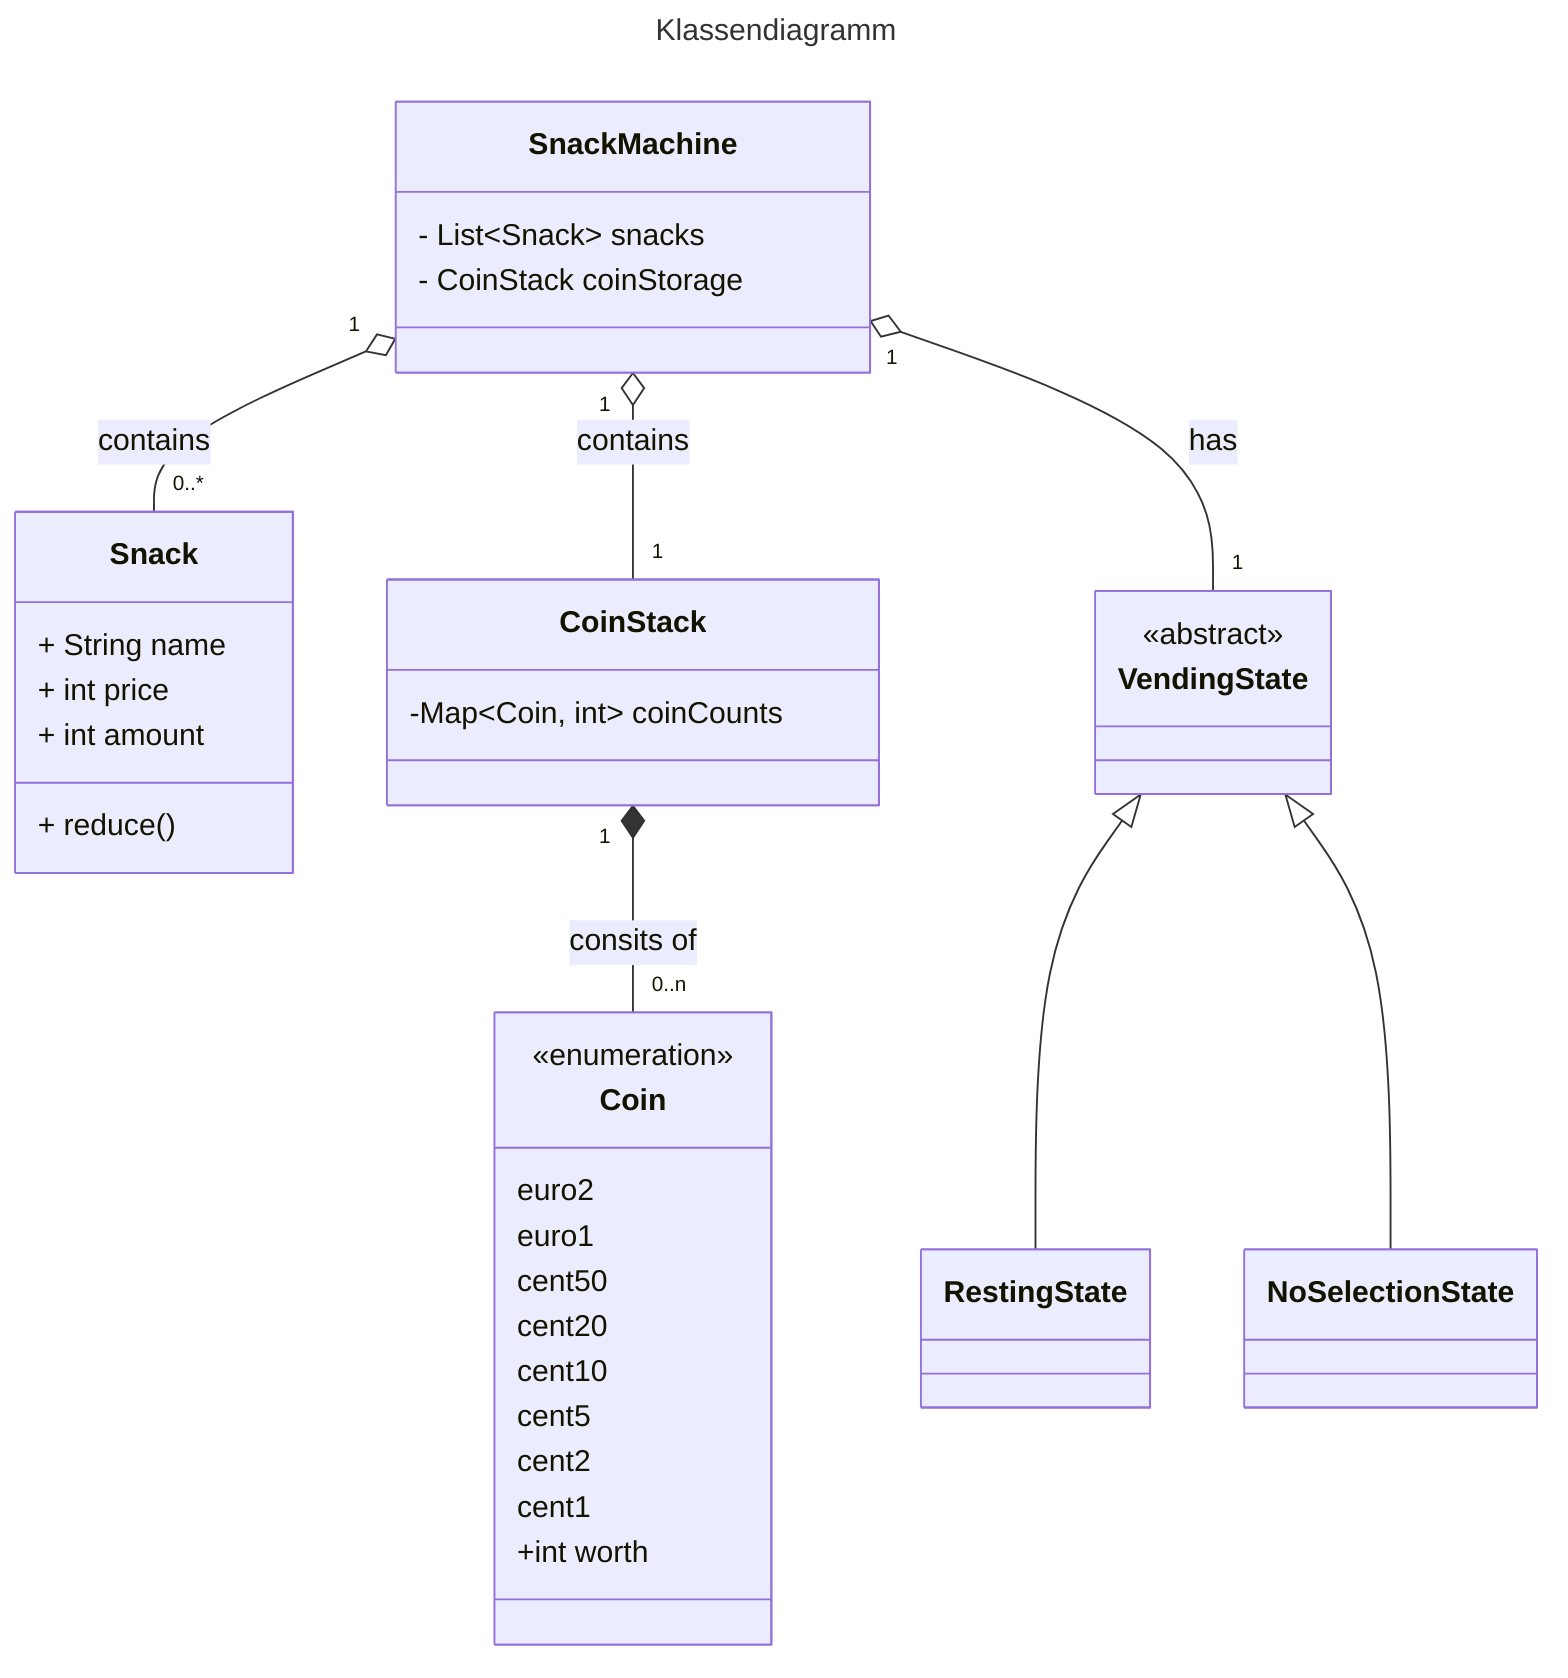
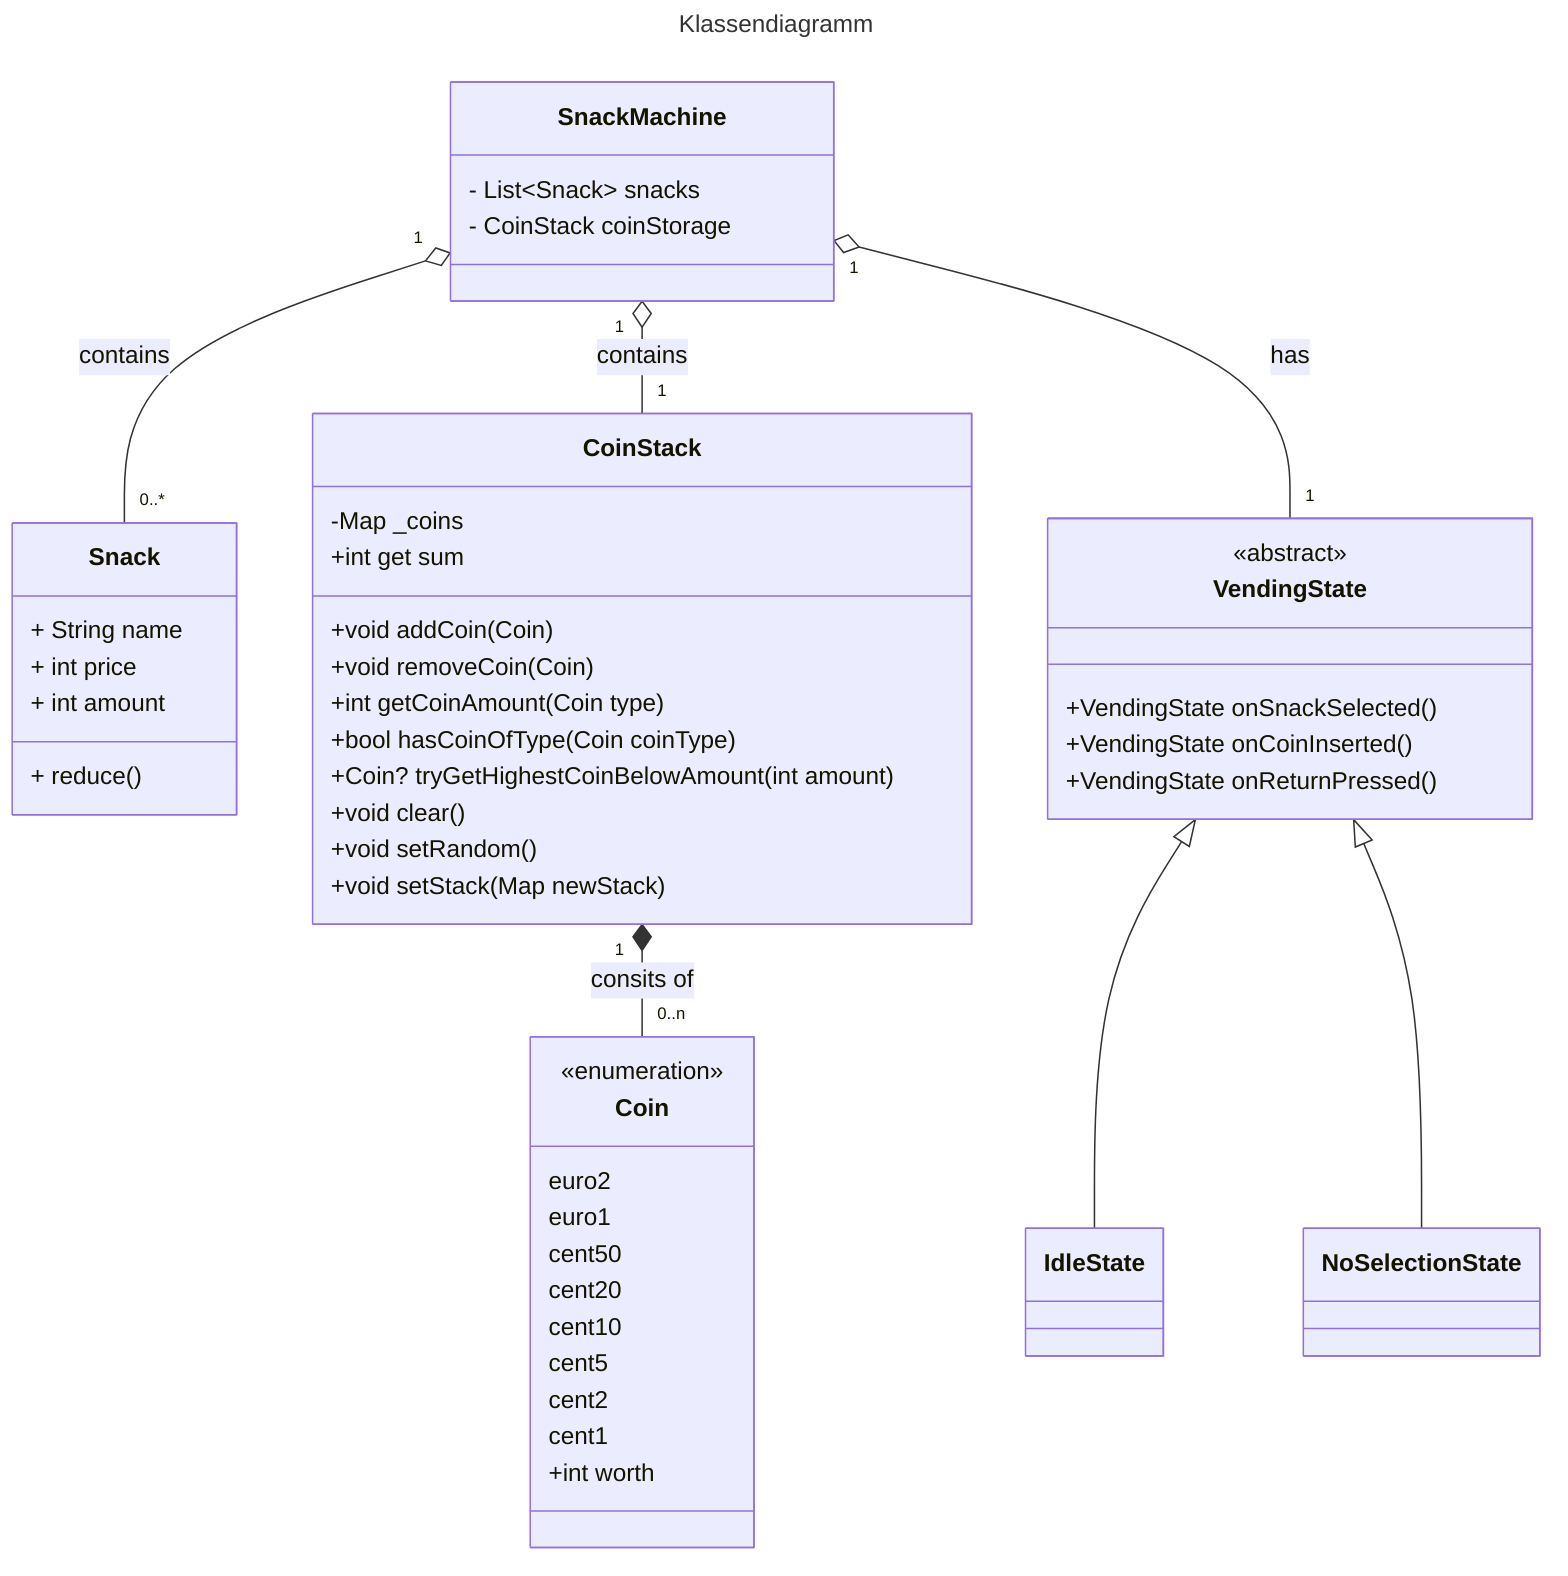
---
title: Klassendiagramm
---
classDiagram
    class SnackMachine{
        - List~Snack~ snacks
        - CoinStack coinStorage
    }
    class Snack{
        + String name
        + int price
        + int amount
        + reduce()
    }

    class CoinStack{
-         -Map~Coin, int~ coinCounts
- 
- 
+         -Map<Coin, int> _coins
+         +int get sum
+         +void addCoin(Coin)
+         +void removeCoin(Coin)
+         +int getCoinAmount(Coin type)
+         +bool hasCoinOfType(Coin coinType)
+         +Coin? tryGetHighestCoinBelowAmount(int amount)
+         +void clear()
+         +void setRandom()
+         +void setStack(Map<Coin, int> newStack)
    }
    class Coin{
        <<enumeration>>
        euro2
        euro1
        cent50
        cent20
        cent10
        cent5
        cent2
        cent1

        +int worth
    }
    class VendingState{
        <<abstract>>
+             +VendingState onSnackSelected()
+             +VendingState onCoinInserted()
+             +VendingState onReturnPressed()
+         }

-         }
-     class RestingState{
+     class IdleState{
    }
    class NoSelectionState{}

SnackMachine "1" o-- "0..*" Snack: contains
SnackMachine "1" o-- "1" CoinStack: contains
SnackMachine "1" o-- "1" VendingState: has
CoinStack "1" *-- "0..n" Coin: consits of
- VendingState <|-- RestingState
+ VendingState <|-- IdleState
VendingState <|-- NoSelectionState